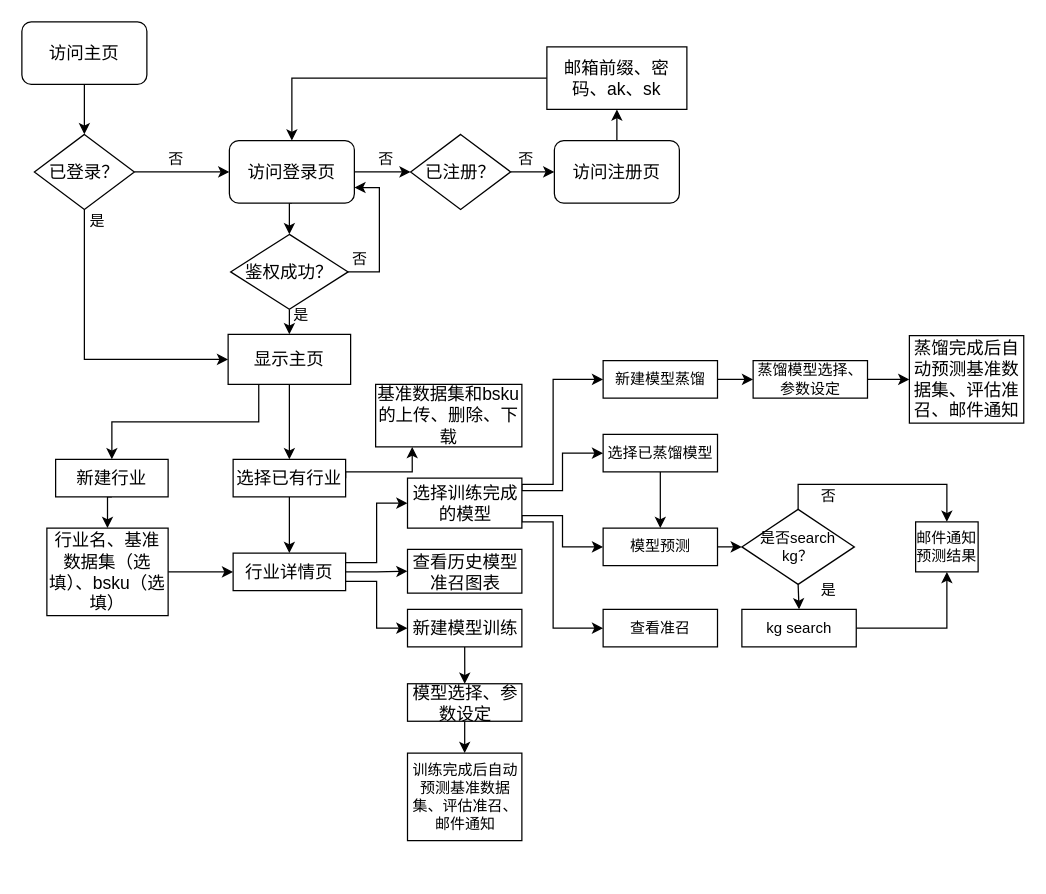
This is Untitled Diagram.drawio from cultivater/hello-world, a draw.io file, before an edit. Source tidied: cells renumbered, new cells numbered last; positions are measured from the earlier drawing's top-left corner, leaving out a move shared by most shapes. Both pictures are drawn from the tidied source at 125%, with x=0, y=0 at pixel (21, 21).
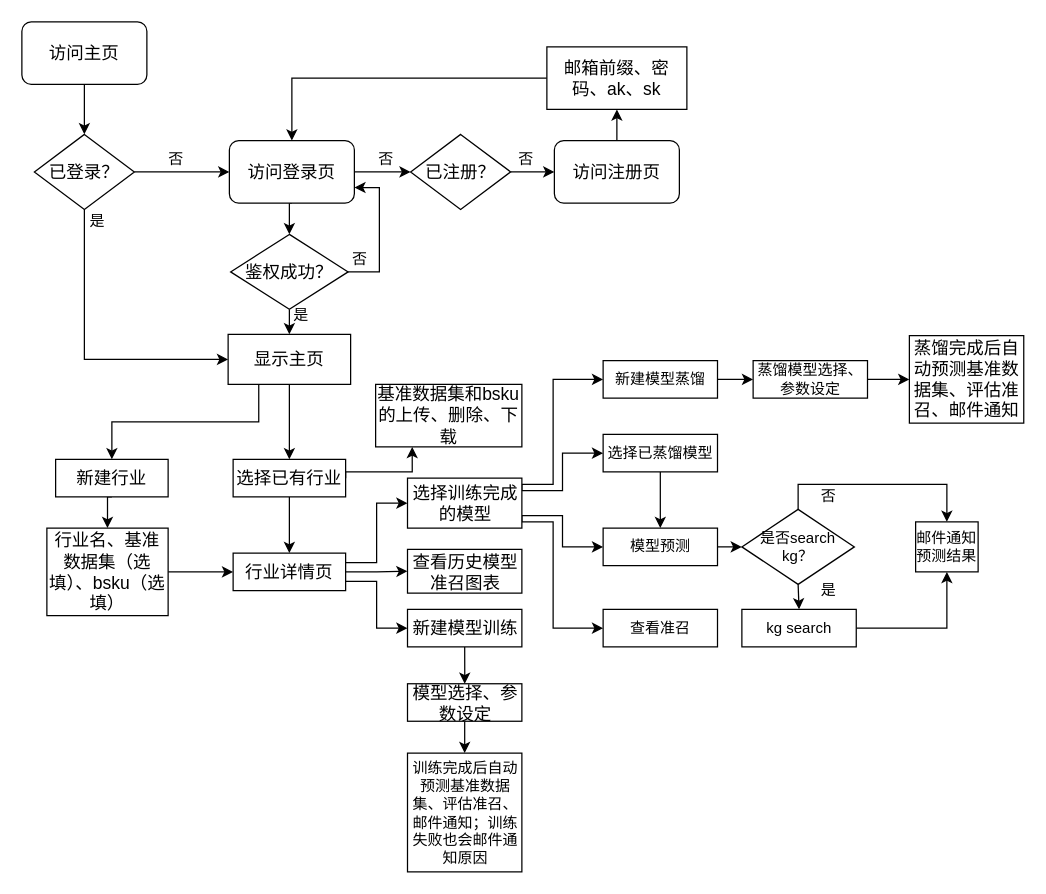
Above is the later version.

What changed in the source:
```diff
@@
-    <mxCell id="48" value="训练完成后自动预测基准数据集、评估准召、邮件通知" style="rounded=0;whiteSpace=wrap;html=1;" parent="1" vertex="1">
-      <mxGeometry x="308.5" y="585" width="91.5" height="70" as="geometry" />
+    <mxCell id="48" value="训练完成后自动预测基准数据集、评估准召、邮件通知；训练失败也会邮件通知原因" style="rounded=0;whiteSpace=wrap;html=1;" parent="1" vertex="1">
+      <mxGeometry x="308.5" y="585" width="91.5" height="95" as="geometry" />
     </mxCell>
```
